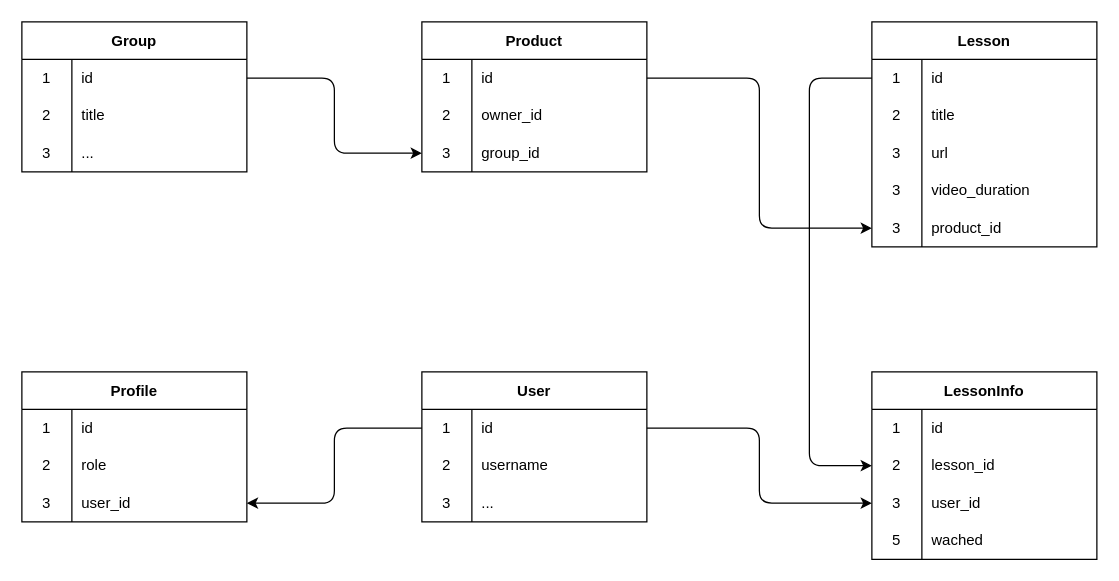
This is .drawio from VasiliiKletkin/test_task_HQ, a draw.io file, before an edit. Source tidied: cells renumbered, new cells numbered last; positions are measured from the earlier drawing's top-left corner, leaving out a move shared by most shapes. Both pictures are drawn from the tidied source at 125%, with x=0, y=0 at pixel (21, 21).
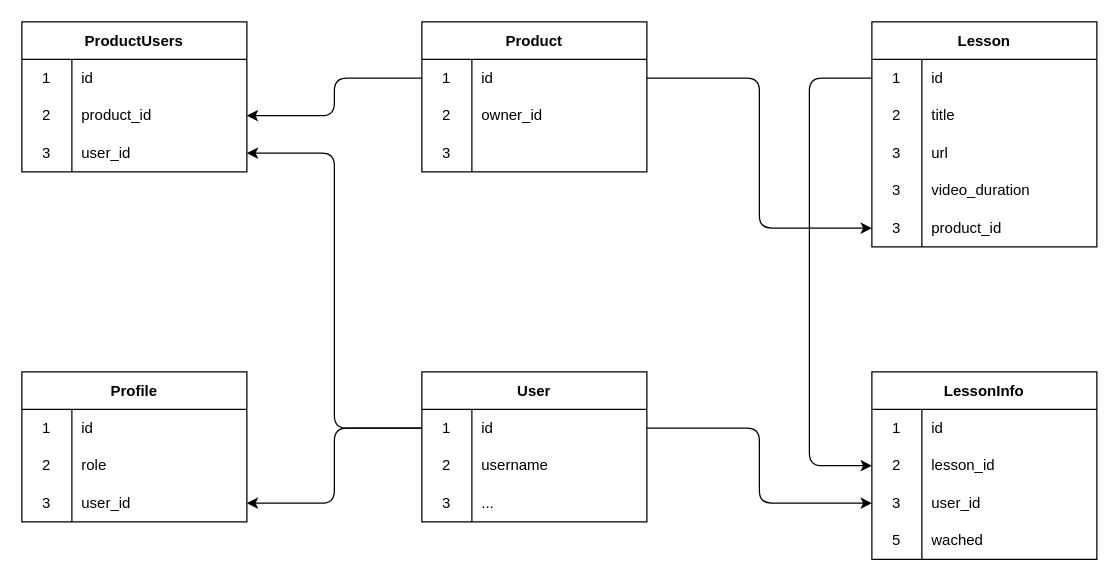
The same page after the edit.

The change refers to these unchanged cells:
```xml
<mxCell id="3" style="shape=tableRow;horizontal=0;startSize=0;swimlaneHead=0;swimlaneBody=0;top=0;left=0;bottom=0;right=0;fillColor=none;points=[[0,0.5],[1,0.5]];portConstraint=eastwest;" parent="2" vertex="1">
  <mxGeometry y="30" width="180" height="30" as="geometry" />
</mxCell>
<mxCell id="9" style="shape=tableRow;horizontal=0;startSize=0;swimlaneHead=0;swimlaneBody=0;top=0;left=0;bottom=0;right=0;fillColor=none;points=[[0,0.5],[1,0.5]];portConstraint=eastwest;" parent="2" vertex="1">
  <mxGeometry y="90" width="180" height="30" as="geometry" />
</mxCell>
<mxCell id="30" style="shape=tableRow;horizontal=0;startSize=0;swimlaneHead=0;swimlaneBody=0;top=0;left=0;bottom=0;right=0;fillColor=none;points=[[0,0.5],[1,0.5]];portConstraint=eastwest;" parent="29" vertex="1">
  <mxGeometry y="30" width="180" height="30" as="geometry" />
</mxCell>
<mxCell id="55" style="shape=tableRow;horizontal=0;startSize=0;swimlaneHead=0;swimlaneBody=0;top=0;left=0;bottom=0;right=0;fillColor=none;points=[[0,0.5],[1,0.5]];portConstraint=eastwest;" parent="54" vertex="1">
  <mxGeometry y="30" width="180" height="30" as="geometry" />
</mxCell>
<mxCell id="58" style="shape=tableRow;horizontal=0;startSize=0;swimlaneHead=0;swimlaneBody=0;top=0;left=0;bottom=0;right=0;fillColor=none;points=[[0,0.5],[1,0.5]];portConstraint=eastwest;" parent="54" vertex="1">
  <mxGeometry y="60" width="180" height="30" as="geometry" />
</mxCell>
<mxCell id="61" style="shape=tableRow;horizontal=0;startSize=0;swimlaneHead=0;swimlaneBody=0;top=0;left=0;bottom=0;right=0;fillColor=none;points=[[0,0.5],[1,0.5]];portConstraint=eastwest;" parent="54" vertex="1">
  <mxGeometry y="90" width="180" height="30" as="geometry" />
</mxCell>
```

What changed in the source:
```diff
@@
-    <mxCell id="11" value="group_id" style="shape=partialRectangle;html=1;whiteSpace=wrap;fillColor=none;top=0;left=0;bottom=0;right=0;align=left;spacingLeft=6;overflow=hidden;" parent="9" vertex="1">
+    <mxCell id="11" style="shape=partialRectangle;html=1;whiteSpace=wrap;fillColor=none;top=0;left=0;bottom=0;right=0;align=left;spacingLeft=6;overflow=hidden;" parent="9" vertex="1">
       <mxGeometry x="40" width="140" height="30" as="geometry" />
     </mxCell>
@@
-    <mxCell id="54" value="Group" style="shape=table;startSize=30;childLayout=tableLayout;rowLines=0;fontStyle=1;" parent="1" vertex="1">
+    <mxCell id="54" value="ProductUsers" style="shape=table;startSize=30;childLayout=tableLayout;rowLines=0;fontStyle=1;" parent="1" vertex="1">
       <mxGeometry width="180" height="120" as="geometry" />
     </mxCell>
@@
-    <mxCell id="60" value="title" style="shape=partialRectangle;html=1;whiteSpace=wrap;fillColor=none;top=0;left=0;bottom=0;right=0;align=left;spacingLeft=6;overflow=hidden;" parent="58" vertex="1">
+    <mxCell id="60" value="product_id" style="shape=partialRectangle;html=1;whiteSpace=wrap;fillColor=none;top=0;left=0;bottom=0;right=0;align=left;spacingLeft=6;overflow=hidden;" parent="58" vertex="1">
       <mxGeometry x="40" width="140" height="30" as="geometry" />
     </mxCell>
@@
-    <mxCell id="63" value="..." style="shape=partialRectangle;html=1;whiteSpace=wrap;fillColor=none;top=0;left=0;bottom=0;right=0;align=left;spacingLeft=6;overflow=hidden;" parent="61" vertex="1">
+    <mxCell id="63" value="user_id" style="shape=partialRectangle;html=1;whiteSpace=wrap;fillColor=none;top=0;left=0;bottom=0;right=0;align=left;spacingLeft=6;overflow=hidden;" parent="61" vertex="1">
       <mxGeometry x="40" width="140" height="30" as="geometry" />
     </mxCell>
-    <mxCell id="64" style="edgeStyle=orthogonalEdgeStyle;html=1;exitX=1;exitY=0.5;exitDx=0;exitDy=0;entryX=0;entryY=0.5;entryDx=0;entryDy=0;" parent="1" edge="1" source="55" target="9">
-      <mxGeometry relative="1" as="geometry" />
-    </mxCell>
@@
+    <mxCell id="76" style="edgeStyle=orthogonalEdgeStyle;html=1;exitX=0;exitY=0.5;exitDx=0;exitDy=0;entryX=1;entryY=0.5;entryDx=0;entryDy=0;" parent="1" edge="1" source="3" target="58">
+      <mxGeometry relative="1" as="geometry" />
+    </mxCell>
+    <mxCell id="77" style="edgeStyle=orthogonalEdgeStyle;html=1;exitX=0;exitY=0.5;exitDx=0;exitDy=0;entryX=1;entryY=0.5;entryDx=0;entryDy=0;" parent="1" edge="1" source="30" target="61">
+      <mxGeometry relative="1" as="geometry" />
+    </mxCell>
```
